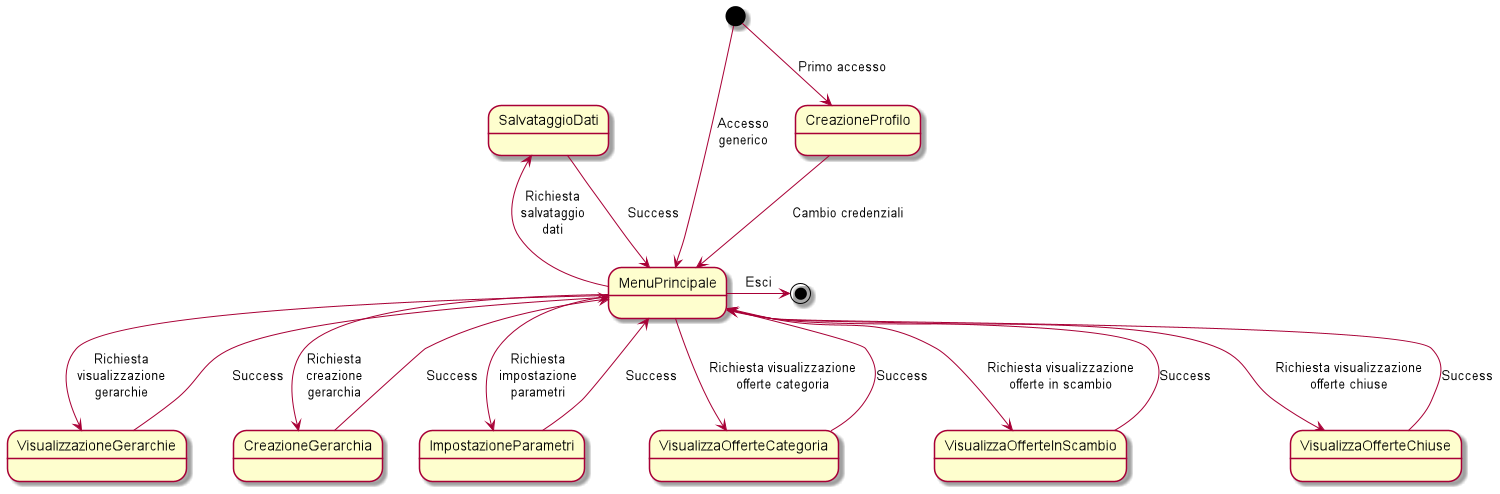
This is images/imagesV5/State Diagram Configuratore - Versione 5.0.png from eletoo/inge_del_software, a PlantUML export, as it was before one commit.
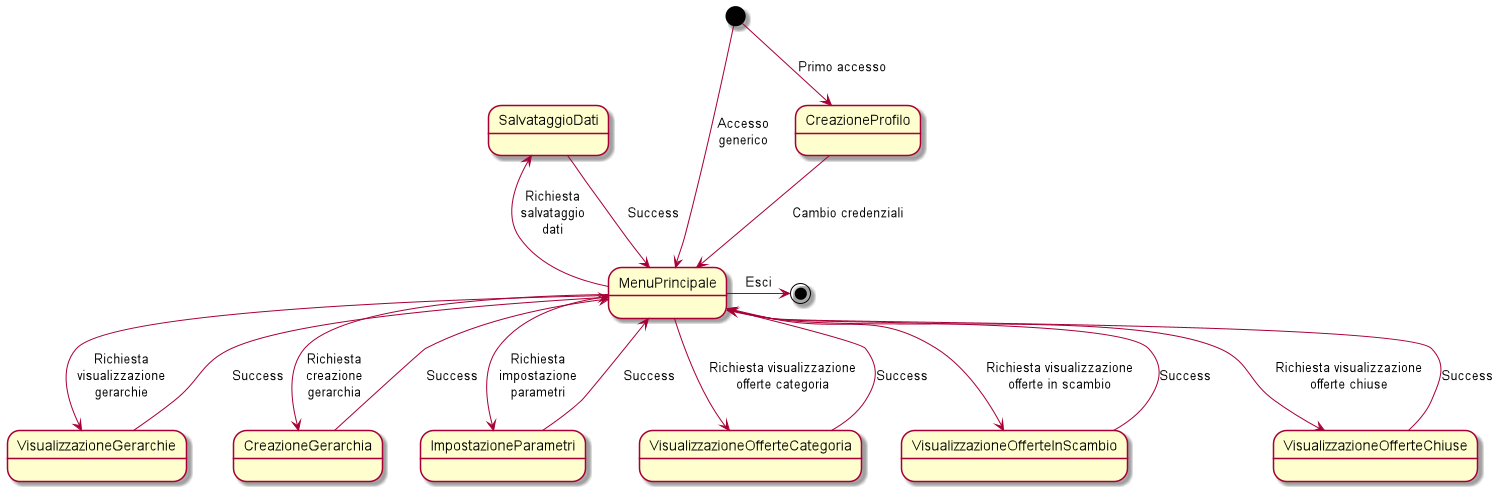
After the commit.

What changed in the source:
```diff
@@ -11,12 +11,12 @@
 CreazioneGerarchia --> MenuPrincipale: Success
 MenuPrincipale --> ImpostazioneParametri: Richiesta\nimpostazione\nparametri
 ImpostazioneParametri --> MenuPrincipale: Success
-VisualizzaOfferteCategoria --> MenuPrincipale: Success
-MenuPrincipale --> VisualizzaOfferteCategoria: Richiesta visualizzazione\nofferte categoria
-VisualizzaOfferteInScambio --> MenuPrincipale: Success
-MenuPrincipale --> VisualizzaOfferteInScambio: Richiesta visualizzazione\nofferte in scambio
-VisualizzaOfferteChiuse --> MenuPrincipale: Success
-MenuPrincipale --> VisualizzaOfferteChiuse: Richiesta visualizzazione\nofferte chiuse
+VisualizzazioneOfferteCategoria --> MenuPrincipale: Success
+MenuPrincipale --> VisualizzazioneOfferteCategoria: Richiesta visualizzazione\nofferte categoria
+VisualizzazioneOfferteInScambio --> MenuPrincipale: Success
+MenuPrincipale --> VisualizzazioneOfferteInScambio: Richiesta visualizzazione\nofferte in scambio
+VisualizzazioneOfferteChiuse --> MenuPrincipale: Success
+MenuPrincipale --> VisualizzazioneOfferteChiuse: Richiesta visualizzazione\nofferte chiuse
 
 
 MenuPrincipale -right-> [*]: Esci
```
